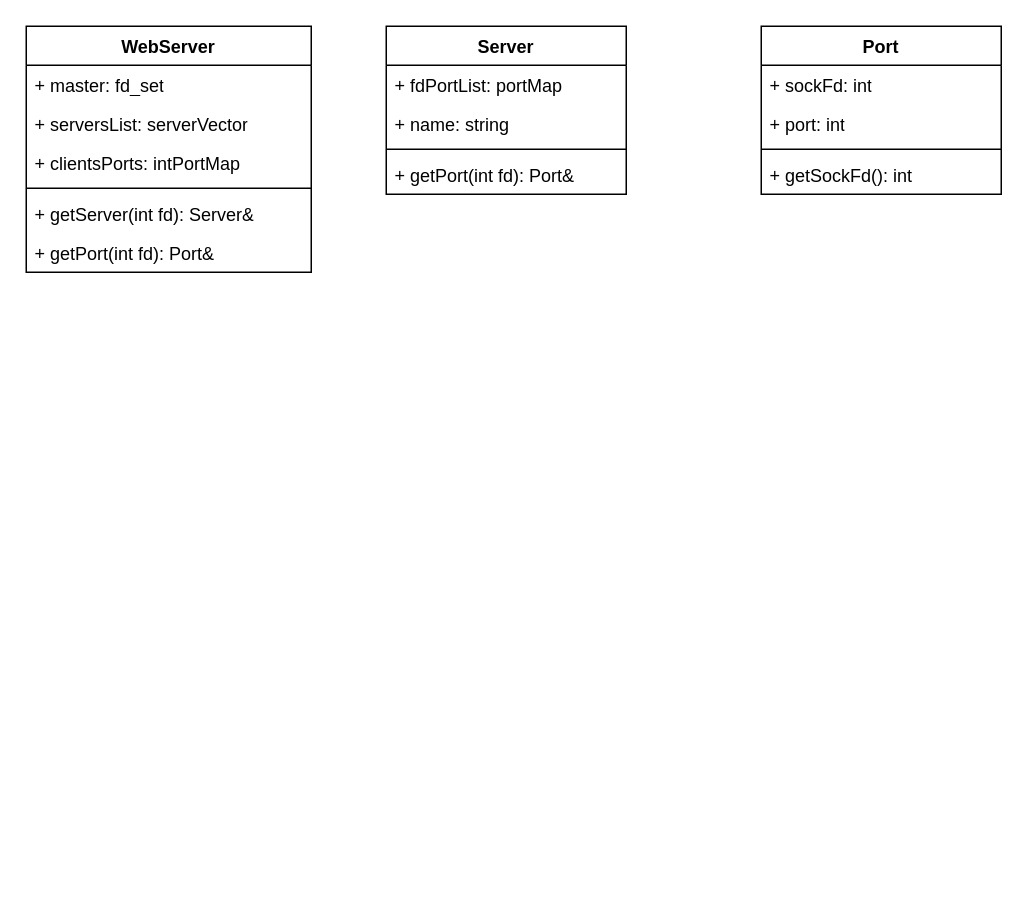
This is WebServer.drawio from otaola03/WebServer, a draw.io file, before an edit. Source tidied: cells renumbered, new cells numbered last; positions are measured from the earlier drawing's top-left corner, leaving out a move shared by most shapes. Both pictures are drawn from the tidied source at 150%, with x=0, y=0 at pixel (26, 26).
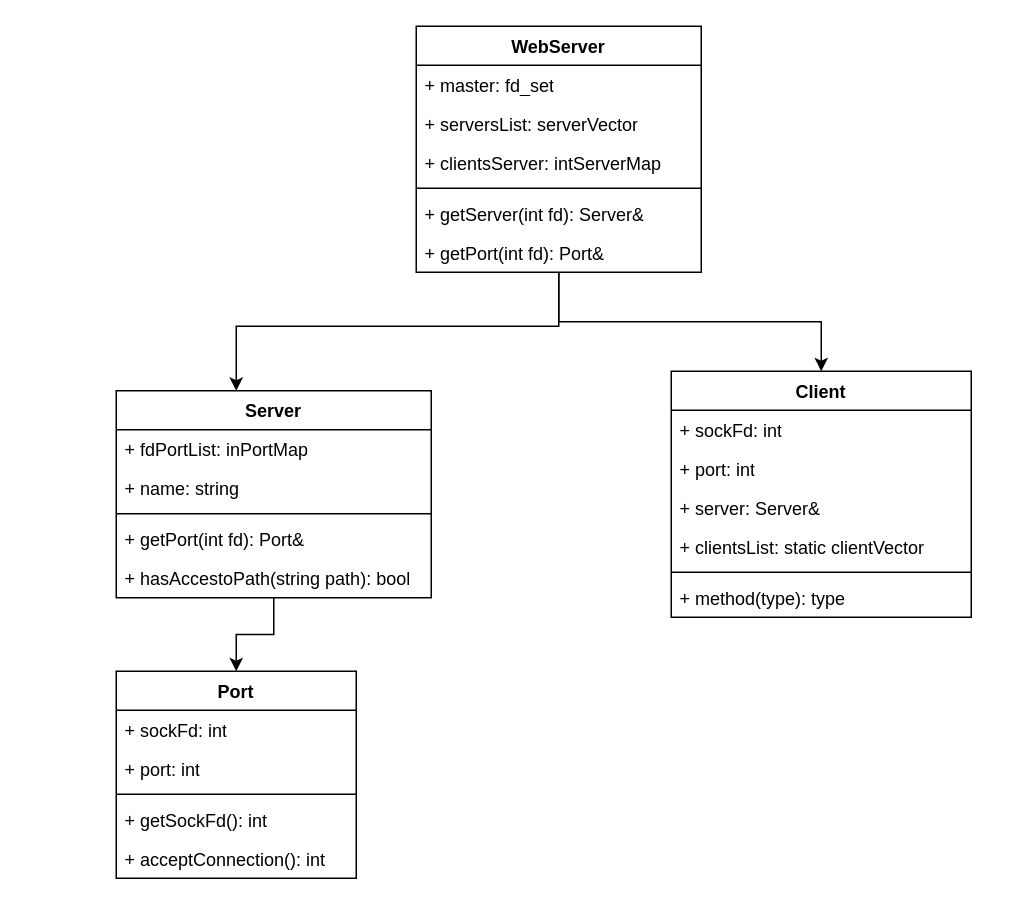
The same diagram, later.

What changed in the source:
```diff
@@
+    <mxCell id="19" style="edgeStyle=orthogonalEdgeStyle;rounded=0;jettySize=auto;html=1;" parent="1" edge="1" source="2" target="9">
+      <mxGeometry relative="1" as="geometry">
+        <Array as="points">
+          <mxPoint x="355" y="200" />
+          <mxPoint x="140" y="200" />
+        </Array>
+      </mxGeometry>
+    </mxCell>
+    <mxCell id="20" style="edgeStyle=orthogonalEdgeStyle;rounded=0;jettySize=auto;html=1;" parent="1" edge="1" source="2" target="24">
+      <mxGeometry relative="1" as="geometry" />
+    </mxCell>
     <mxCell id="2" value="WebServer" style="swimlane;fontStyle=1;align=center;verticalAlign=top;horizontal=1;startSize=26;whiteSpace=wrap;html=1;" parent="1" vertex="1">
-      <mxGeometry width="190" height="164" as="geometry" />
+      <mxGeometry x="260" width="190" height="164" as="geometry" />
     </mxCell>
@@
-    <mxCell id="5" value="+ clientsPorts: intPortMap" style="text;strokeColor=none;fillColor=none;align=left;verticalAlign=top;spacingLeft=4;spacingRight=4;overflow=hidden;whiteSpace=wrap;html=1;" parent="2" vertex="1">
+    <mxCell id="5" value="+ clientsServer: intServerMap" style="text;strokeColor=none;fillColor=none;align=left;verticalAlign=top;spacingLeft=4;spacingRight=4;overflow=hidden;whiteSpace=wrap;html=1;" parent="2" vertex="1">
       <mxGeometry y="78" width="190" height="26" as="geometry" />
     </mxCell>
@@
+    <mxCell id="21" style="edgeStyle=orthogonalEdgeStyle;rounded=0;jettySize=auto;html=1;entryX=0.5;entryY=0;entryDx=0;entryDy=0;" parent="1" edge="1" source="9" target="14">
+      <mxGeometry relative="1" as="geometry" />
+    </mxCell>
     <mxCell id="9" value="Server" style="swimlane;fontStyle=1;align=center;verticalAlign=top;horizontal=1;startSize=26;whiteSpace=wrap;html=1;" parent="1" vertex="1">
-      <mxGeometry x="240" width="160" height="112" as="geometry" />
+      <mxGeometry x="60" y="243" width="210" height="138" as="geometry" />
     </mxCell>
-    <mxCell id="10" value="+ fdPortList: portMap" style="text;strokeColor=none;fillColor=none;align=left;verticalAlign=top;spacingLeft=4;spacingRight=4;overflow=hidden;whiteSpace=wrap;html=1;" parent="9" vertex="1">
-      <mxGeometry y="26" width="160" height="26" as="geometry" />
+    <mxCell id="10" value="+ fdPortList: inPortMap" style="text;strokeColor=none;fillColor=none;align=left;verticalAlign=top;spacingLeft=4;spacingRight=4;overflow=hidden;whiteSpace=wrap;html=1;" parent="9" vertex="1">
+      <mxGeometry y="26" width="210" height="26" as="geometry" />
     </mxCell>
     <mxCell id="11" value="+ name: string" style="text;strokeColor=none;fillColor=none;align=left;verticalAlign=top;spacingLeft=4;spacingRight=4;overflow=hidden;whiteSpace=wrap;html=1;" parent="9" vertex="1">
-      <mxGeometry y="52" width="160" height="26" as="geometry" />
+      <mxGeometry y="52" width="210" height="26" as="geometry" />
     </mxCell>
     <mxCell id="12" style="line;strokeWidth=1;fillColor=none;align=left;verticalAlign=middle;spacingTop=-1;spacingLeft=3;spacingRight=3;labelPosition=right;strokeColor=inherit;" parent="9" vertex="1">
-      <mxGeometry y="78" width="160" height="8" as="geometry" />
+      <mxGeometry y="78" width="210" height="8" as="geometry" />
     </mxCell>
     <mxCell id="13" value="+ getPort(int fd): Port&amp;amp;" style="text;strokeColor=none;fillColor=none;align=left;verticalAlign=top;spacingLeft=4;spacingRight=4;overflow=hidden;whiteSpace=wrap;html=1;" parent="9" vertex="1">
-      <mxGeometry y="86" width="160" height="26" as="geometry" />
+      <mxGeometry y="86" width="210" height="26" as="geometry" />
     </mxCell>
+    <mxCell id="22" value="+ hasAccestoPath(string path): bool" style="text;strokeColor=none;fillColor=none;align=left;verticalAlign=top;spacingLeft=4;spacingRight=4;overflow=hidden;whiteSpace=wrap;html=1;" parent="9" vertex="1">
+      <mxGeometry y="112" width="210" height="26" as="geometry" />
+    </mxCell>
     <mxCell id="14" value="Port" style="swimlane;fontStyle=1;align=center;verticalAlign=top;horizontal=1;startSize=26;whiteSpace=wrap;html=1;" parent="1" vertex="1">
-      <mxGeometry x="490" width="160" height="112" as="geometry" />
+      <mxGeometry x="60" y="430" width="160" height="138" as="geometry" />
     </mxCell>
@@
+    <mxCell id="23" value="+ acceptConnection(): int" style="text;strokeColor=none;fillColor=none;align=left;verticalAlign=top;spacingLeft=4;spacingRight=4;overflow=hidden;whiteSpace=wrap;html=1;" parent="14" vertex="1">
+      <mxGeometry y="112" width="160" height="26" as="geometry" />
+    </mxCell>
+    <mxCell id="24" value="Client" style="swimlane;fontStyle=1;align=center;verticalAlign=top;horizontal=1;startSize=26;whiteSpace=wrap;html=1;" parent="1" vertex="1">
+      <mxGeometry x="430" y="230" width="200" height="164" as="geometry" />
+    </mxCell>
+    <mxCell id="25" value="+ sockFd: int" style="text;strokeColor=none;fillColor=none;align=left;verticalAlign=top;spacingLeft=4;spacingRight=4;overflow=hidden;whiteSpace=wrap;html=1;" parent="24" vertex="1">
+      <mxGeometry y="26" width="200" height="26" as="geometry" />
+    </mxCell>
+    <mxCell id="26" value="+ port: int" style="text;strokeColor=none;fillColor=none;align=left;verticalAlign=top;spacingLeft=4;spacingRight=4;overflow=hidden;whiteSpace=wrap;html=1;" parent="24" vertex="1">
+      <mxGeometry y="52" width="200" height="26" as="geometry" />
+    </mxCell>
+    <mxCell id="27" value="+ server: Server&amp;amp;" style="text;strokeColor=none;fillColor=none;align=left;verticalAlign=top;spacingLeft=4;spacingRight=4;overflow=hidden;whiteSpace=wrap;html=1;" parent="24" vertex="1">
+      <mxGeometry y="78" width="200" height="26" as="geometry" />
+    </mxCell>
+    <mxCell id="28" value="+ clientsList: static clientVector" style="text;strokeColor=none;fillColor=none;align=left;verticalAlign=top;spacingLeft=4;spacingRight=4;overflow=hidden;whiteSpace=wrap;html=1;" parent="24" vertex="1">
+      <mxGeometry y="104" width="200" height="26" as="geometry" />
+    </mxCell>
+    <mxCell id="29" style="line;strokeWidth=1;fillColor=none;align=left;verticalAlign=middle;spacingTop=-1;spacingLeft=3;spacingRight=3;labelPosition=right;strokeColor=inherit;" parent="24" vertex="1">
+      <mxGeometry y="130" width="200" height="8" as="geometry" />
+    </mxCell>
+    <mxCell id="30" value="+ method(type): type" style="text;strokeColor=none;fillColor=none;align=left;verticalAlign=top;spacingLeft=4;spacingRight=4;overflow=hidden;whiteSpace=wrap;html=1;" parent="24" vertex="1">
+      <mxGeometry y="138" width="200" height="26" as="geometry" />
+    </mxCell>
```
